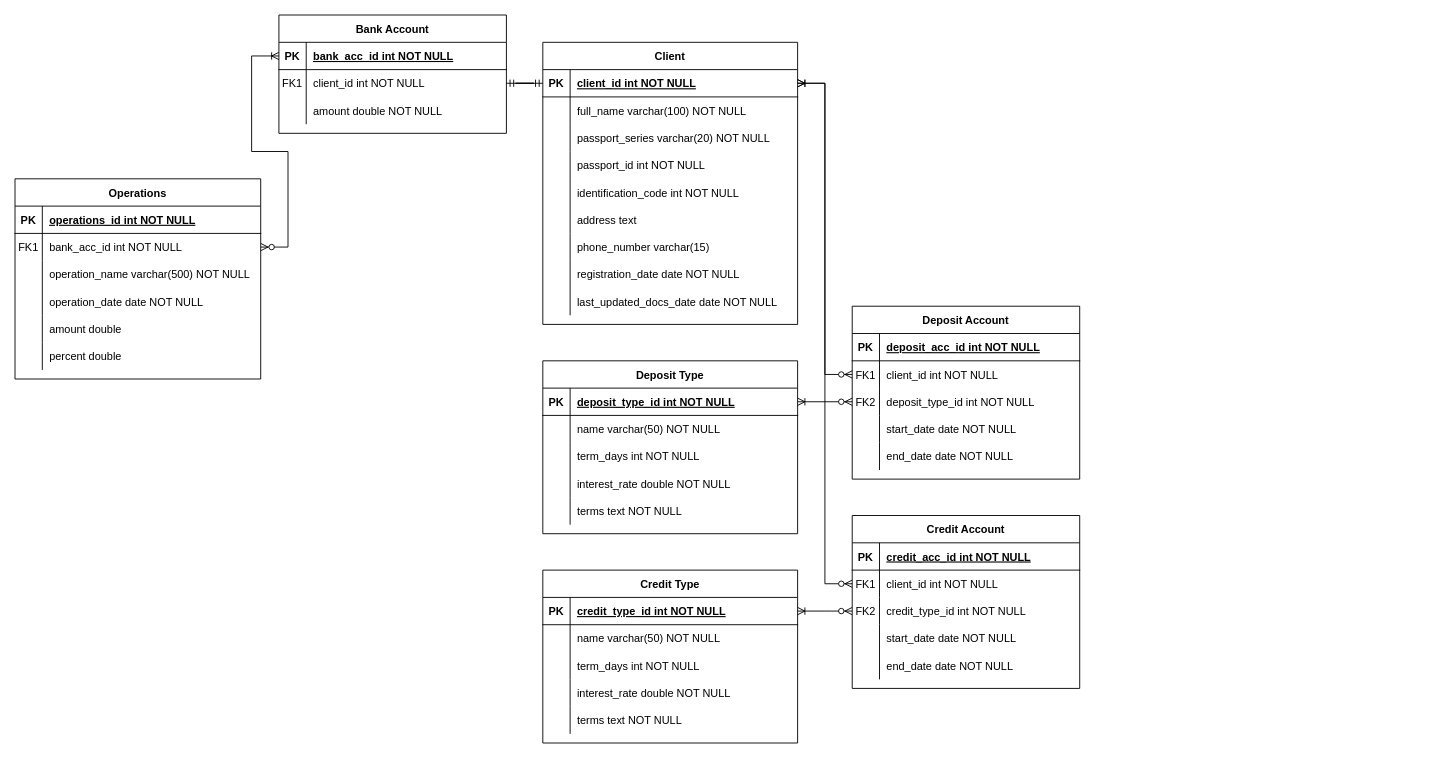
Earlier version of the draw.io diagram MyDB (6).drawio (kallDun/DrawIO). Source tidied: cells renumbered, new cells numbered last; positions are measured from the earlier drawing's top-left corner, leaving out a move shared by most shapes. Both pictures are drawn from the tidied source at 91%, with x=0, y=0 at pixel (15, 15).
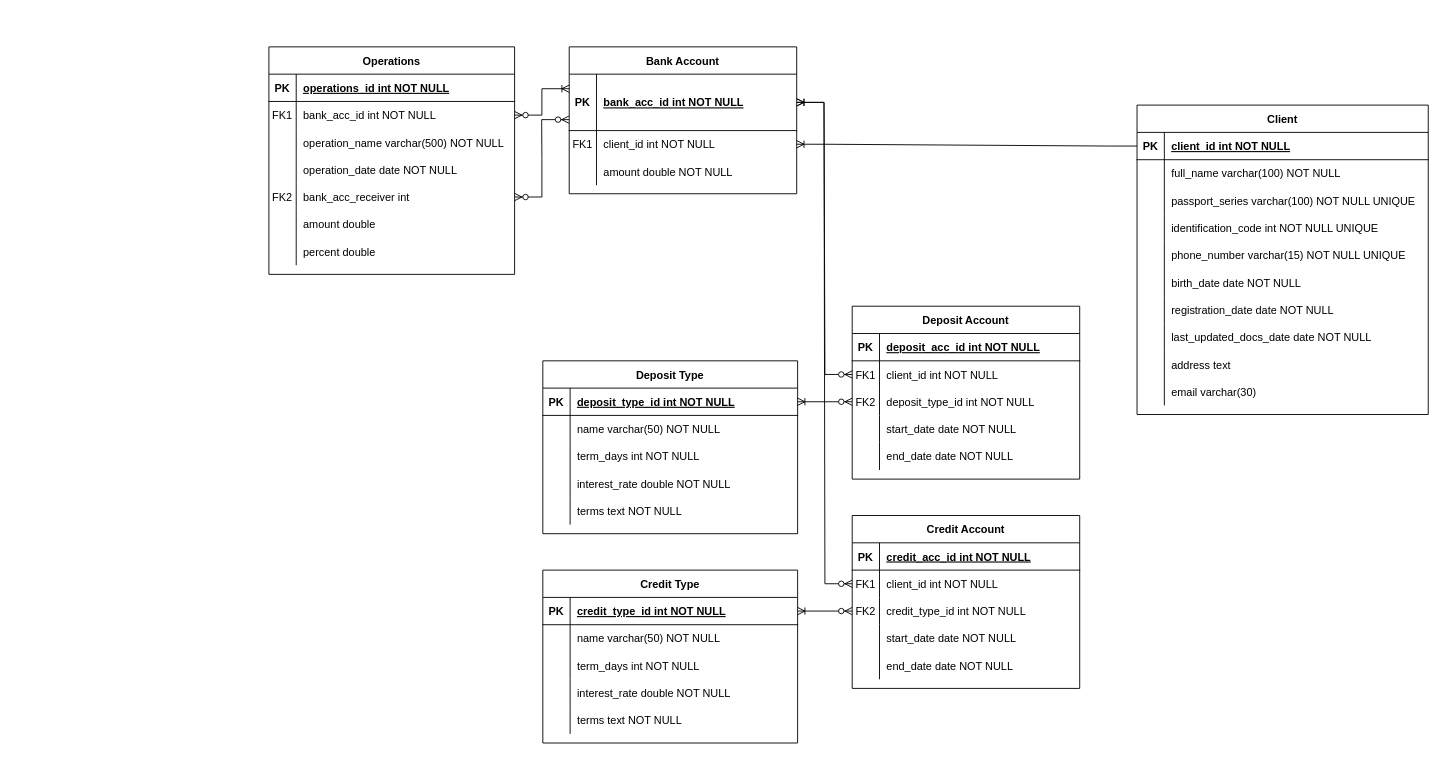
The same page after the edit.

The change refers to these unchanged cells:
```xml
<mxCell id="50" style="shape=partialRectangle;fillColor=none;points=[[0,0.5],[1,0.5]];portConstraint=eastwest;top=0;left=0;right=0;bottom=0;" parent="46" vertex="1">
  <mxGeometry y="60" width="250" height="30" as="geometry" />
</mxCell>
<mxCell id="79" style="shape=partialRectangle;fillColor=none;points=[[0,0.5],[1,0.5]];portConstraint=eastwest;top=0;left=0;right=0;bottom=0;" parent="75" vertex="1">
  <mxGeometry y="60" width="270" height="30" as="geometry" />
</mxCell>
<mxCell id="114" style="shape=partialRectangle;fillColor=none;points=[[0,0.5],[1,0.5]];portConstraint=eastwest;top=0;left=0;right=0;bottom=0;" parent="110" vertex="1">
  <mxGeometry y="60" width="250" height="30" as="geometry" />
</mxCell>
```

The edit, as a diff of the source:
```diff
@@
     <mxCell id="2" value="Client" style="shape=table;startSize=30;childLayout=tableLayout;rowLines=0;fontStyle=1;align=center;" parent="1" vertex="1">
-      <mxGeometry x="580" y="30" width="280" height="310" as="geometry" />
+      <mxGeometry x="1233" y="99" width="320" height="340" as="geometry" />
     </mxCell>
     <mxCell id="3" style="shape=partialRectangle;fillColor=none;points=[[0,0.5],[1,0.5]];portConstraint=eastwest;top=0;left=0;right=0;bottom=1;" parent="2" vertex="1">
-      <mxGeometry y="30" width="280" height="30" as="geometry" />
+      <mxGeometry y="30" width="320" height="30" as="geometry" />
     </mxCell>
@@
     <mxCell id="5" value="client_id int NOT NULL " style="shape=partialRectangle;overflow=hidden;fillColor=none;top=0;left=0;bottom=0;right=0;align=left;spacingLeft=6;fontStyle=5;" parent="3" vertex="1">
-      <mxGeometry x="30" width="250" height="30" as="geometry" />
+      <mxGeometry x="30" width="290" height="30" as="geometry" />
     </mxCell>
     <mxCell id="6" style="shape=partialRectangle;fillColor=none;top=0;left=0;right=0;bottom=0;" parent="2" vertex="1">
-      <mxGeometry y="60" width="280" height="30" as="geometry" />
+      <mxGeometry y="60" width="320" height="30" as="geometry" />
     </mxCell>
@@
     <mxCell id="8" value="full_name varchar(100) NOT NULL" style="shape=partialRectangle;overflow=hidden;fillColor=none;top=0;left=0;bottom=0;right=0;align=left;spacingLeft=6;" parent="6" vertex="1">
-      <mxGeometry x="30" width="250" height="30" as="geometry" />
+      <mxGeometry x="30" width="290" height="30" as="geometry" />
     </mxCell>
     <mxCell id="9" style="shape=partialRectangle;fillColor=none;top=0;left=0;right=0;bottom=0;" parent="2" vertex="1">
-      <mxGeometry y="90" width="280" height="30" as="geometry" />
+      <mxGeometry y="90" width="320" height="30" as="geometry" />
     </mxCell>
@@
-    <mxCell id="11" value="passport_series varchar(20) NOT NULL" style="shape=partialRectangle;overflow=hidden;fillColor=none;top=0;left=0;bottom=0;right=0;align=left;spacingLeft=6;" parent="9" vertex="1">
-      <mxGeometry x="30" width="250" height="30" as="geometry" />
+    <mxCell id="11" value="passport_series varchar(100) NOT NULL UNIQUE" style="shape=partialRectangle;overflow=hidden;fillColor=none;top=0;left=0;bottom=0;right=0;align=left;spacingLeft=6;" parent="9" vertex="1">
+      <mxGeometry x="30" width="290" height="30" as="geometry" />
     </mxCell>
-    <mxCell id="12" style="shape=partialRectangle;fillColor=none;top=0;left=0;right=0;bottom=0;" parent="2" vertex="1">
-      <mxGeometry y="120" width="280" height="30" as="geometry" />
-    </mxCell>
-    <mxCell id="13" style="shape=partialRectangle;overflow=hidden;fillColor=none;top=0;left=0;bottom=0;right=0;" parent="12" vertex="1">
-      <mxGeometry width="30" height="30" as="geometry" />
-    </mxCell>
-    <mxCell id="14" value="passport_id int NOT NULL" style="shape=partialRectangle;overflow=hidden;fillColor=none;top=0;left=0;bottom=0;right=0;align=left;spacingLeft=6;" parent="12" vertex="1">
-      <mxGeometry x="30" width="250" height="30" as="geometry" />
-    </mxCell>
     <mxCell id="15" style="shape=partialRectangle;fillColor=none;top=0;left=0;right=0;bottom=0;" parent="2" vertex="1">
-      <mxGeometry y="150" width="280" height="30" as="geometry" />
+      <mxGeometry y="120" width="320" height="30" as="geometry" />
     </mxCell>
@@
-    <mxCell id="17" value="identification_code int NOT NULL" style="shape=partialRectangle;overflow=hidden;fillColor=none;top=0;left=0;bottom=0;right=0;align=left;spacingLeft=6;" parent="15" vertex="1">
-      <mxGeometry x="30" width="250" height="30" as="geometry" />
+    <mxCell id="17" value="identification_code int NOT NULL UNIQUE" style="shape=partialRectangle;overflow=hidden;fillColor=none;top=0;left=0;bottom=0;right=0;align=left;spacingLeft=6;" parent="15" vertex="1">
+      <mxGeometry x="30" width="290" height="30" as="geometry" />
     </mxCell>
-    <mxCell id="18" style="shape=partialRectangle;fillColor=none;top=0;left=0;right=0;bottom=0;" parent="2" vertex="1">
-      <mxGeometry y="180" width="280" height="30" as="geometry" />
-    </mxCell>
-    <mxCell id="19" style="shape=partialRectangle;overflow=hidden;fillColor=none;top=0;left=0;bottom=0;right=0;" parent="18" vertex="1">
-      <mxGeometry width="30" height="30" as="geometry" />
-    </mxCell>
-    <mxCell id="20" value="address text" style="shape=partialRectangle;overflow=hidden;fillColor=none;top=0;left=0;bottom=0;right=0;align=left;spacingLeft=6;" parent="18" vertex="1">
-      <mxGeometry x="30" width="250" height="30" as="geometry" />
-    </mxCell>
     <mxCell id="21" style="shape=partialRectangle;fillColor=none;top=0;left=0;right=0;bottom=0;" parent="2" vertex="1">
-      <mxGeometry y="210" width="280" height="30" as="geometry" />
+      <mxGeometry y="150" width="320" height="30" as="geometry" />
     </mxCell>
@@
-    <mxCell id="23" value="phone_number varchar(15)" style="shape=partialRectangle;overflow=hidden;fillColor=none;top=0;left=0;bottom=0;right=0;align=left;spacingLeft=6;" parent="21" vertex="1">
-      <mxGeometry x="30" width="250" height="30" as="geometry" />
+    <mxCell id="23" value="phone_number varchar(15) NOT NULL UNIQUE" style="shape=partialRectangle;overflow=hidden;fillColor=none;top=0;left=0;bottom=0;right=0;align=left;spacingLeft=6;" parent="21" vertex="1">
+      <mxGeometry x="30" width="290" height="30" as="geometry" />
     </mxCell>
+    <mxCell id="129" style="shape=partialRectangle;fillColor=none;top=0;left=0;right=0;bottom=0;" parent="2" vertex="1">
+      <mxGeometry y="180" width="320" height="30" as="geometry" />
+    </mxCell>
+    <mxCell id="130" style="shape=partialRectangle;overflow=hidden;fillColor=none;top=0;left=0;bottom=0;right=0;" parent="129" vertex="1">
+      <mxGeometry width="30" height="30" as="geometry" />
+    </mxCell>
+    <mxCell id="131" value="birth_date date NOT NULL" style="shape=partialRectangle;overflow=hidden;fillColor=none;top=0;left=0;bottom=0;right=0;align=left;spacingLeft=6;" parent="129" vertex="1">
+      <mxGeometry x="30" width="290" height="30" as="geometry" />
+    </mxCell>
     <mxCell id="24" style="shape=partialRectangle;fillColor=none;top=0;left=0;right=0;bottom=0;" parent="2" vertex="1">
-      <mxGeometry y="240" width="280" height="30" as="geometry" />
+      <mxGeometry y="210" width="320" height="30" as="geometry" />
     </mxCell>
@@
     <mxCell id="26" value="registration_date date NOT NULL" style="shape=partialRectangle;overflow=hidden;fillColor=none;top=0;left=0;bottom=0;right=0;align=left;spacingLeft=6;" parent="24" vertex="1">
-      <mxGeometry x="30" width="250" height="30" as="geometry" />
+      <mxGeometry x="30" width="290" height="30" as="geometry" />
     </mxCell>
     <mxCell id="27" style="shape=partialRectangle;fillColor=none;top=0;left=0;right=0;bottom=0;" parent="2" vertex="1">
-      <mxGeometry y="270" width="280" height="30" as="geometry" />
+      <mxGeometry y="240" width="320" height="30" as="geometry" />
     </mxCell>
@@
     <mxCell id="29" value="last_updated_docs_date date NOT NULL" style="shape=partialRectangle;overflow=hidden;fillColor=none;top=0;left=0;bottom=0;right=0;align=left;spacingLeft=6;" parent="27" vertex="1">
-      <mxGeometry x="30" width="250" height="30" as="geometry" />
+      <mxGeometry x="30" width="290" height="30" as="geometry" />
     </mxCell>
+    <mxCell id="18" style="shape=partialRectangle;fillColor=none;top=0;left=0;right=0;bottom=0;" parent="2" vertex="1">
+      <mxGeometry y="270" width="320" height="30" as="geometry" />
+    </mxCell>
+    <mxCell id="19" style="shape=partialRectangle;overflow=hidden;fillColor=none;top=0;left=0;bottom=0;right=0;" parent="18" vertex="1">
+      <mxGeometry width="30" height="30" as="geometry" />
+    </mxCell>
+    <mxCell id="20" value="address text" style="shape=partialRectangle;overflow=hidden;fillColor=none;top=0;left=0;bottom=0;right=0;align=left;spacingLeft=6;" parent="18" vertex="1">
+      <mxGeometry x="30" width="290" height="30" as="geometry" />
+    </mxCell>
+    <mxCell id="132" style="shape=partialRectangle;fillColor=none;top=0;left=0;right=0;bottom=0;" parent="2" vertex="1">
+      <mxGeometry y="300" width="320" height="30" as="geometry" />
+    </mxCell>
+    <mxCell id="133" style="shape=partialRectangle;overflow=hidden;fillColor=none;top=0;left=0;bottom=0;right=0;" parent="132" vertex="1">
+      <mxGeometry width="30" height="30" as="geometry" />
+    </mxCell>
+    <mxCell id="134" value="email varchar(30)" style="shape=partialRectangle;overflow=hidden;fillColor=none;top=0;left=0;bottom=0;right=0;align=left;spacingLeft=6;" parent="132" vertex="1">
+      <mxGeometry x="30" width="290" height="30" as="geometry" />
+    </mxCell>
@@
-    <mxCell id="63" style="edgeStyle=entityRelationEdgeStyle;fontSize=12;html=1;endArrow=ERoneToMany;startArrow=ERzeroToMany;rounded=0;entryX=1;entryY=0.5;entryDx=0;entryDy=0;exitX=0;exitY=0.5;exitDx=0;exitDy=0;" parent="1" edge="1" source="50" target="3">
+    <mxCell id="63" style="edgeStyle=entityRelationEdgeStyle;fontSize=12;html=1;endArrow=ERoneToMany;startArrow=ERzeroToMany;rounded=0;entryX=1;entryY=0.5;entryDx=0;entryDy=0;exitX=0;exitY=0.5;exitDx=0;exitDy=0;" parent="1" edge="1" source="50" target="65">
       <mxGeometry relative="1" as="geometry" />
     </mxCell>
     <mxCell id="64" value="Bank Account" style="shape=table;startSize=30;childLayout=tableLayout;rowLines=0;fontStyle=1;align=center;" parent="1" vertex="1">
-      <mxGeometry x="290" width="250" height="130" as="geometry" />
+      <mxGeometry x="609" y="35" width="250" height="161.4" as="geometry" />
     </mxCell>
     <mxCell id="65" style="shape=partialRectangle;fillColor=none;points=[[0,0.5],[1,0.5]];portConstraint=eastwest;top=0;left=0;right=0;bottom=1;" parent="64" vertex="1">
-      <mxGeometry y="30" width="250" height="30" as="geometry" />
+      <mxGeometry y="30" width="250" height="62" as="geometry" />
     </mxCell>
     <mxCell id="66" value="PK" style="shape=partialRectangle;overflow=hidden;fillColor=none;top=0;left=0;bottom=0;right=0;fontStyle=1;" parent="65" vertex="1">
-      <mxGeometry width="30" height="30" as="geometry" />
+      <mxGeometry width="30" height="62" as="geometry" />
     </mxCell>
     <mxCell id="67" value="bank_acc_id int NOT NULL " style="shape=partialRectangle;overflow=hidden;fillColor=none;top=0;left=0;bottom=0;right=0;align=left;spacingLeft=6;fontStyle=5;" parent="65" vertex="1">
-      <mxGeometry x="30" width="220" height="30" as="geometry" />
+      <mxGeometry x="30" width="220" height="62" as="geometry" />
     </mxCell>
     <mxCell id="68" style="shape=partialRectangle;fillColor=none;points=[[0,0.5],[1,0.5]];portConstraint=eastwest;top=0;left=0;right=0;bottom=0;" parent="64" vertex="1">
-      <mxGeometry y="60" width="250" height="30" as="geometry" />
+      <mxGeometry y="92" width="250" height="30" as="geometry" />
     </mxCell>
@@
     <mxCell id="71" style="shape=partialRectangle;fillColor=none;top=0;left=0;right=0;bottom=0;" parent="64" vertex="1">
-      <mxGeometry y="90" width="250" height="30" as="geometry" />
+      <mxGeometry y="122" width="250" height="30" as="geometry" />
     </mxCell>
@@
-    <mxCell id="74" style="edgeStyle=entityRelationEdgeStyle;fontSize=12;html=1;endArrow=ERmandOne;startArrow=ERmandOne;rounded=0;exitX=0;exitY=0.5;exitDx=0;exitDy=0;" parent="1" edge="1" source="3" target="68">
-      <mxGeometry relative="1" as="geometry" />
-    </mxCell>
     <mxCell id="75" value="Operations" style="shape=table;startSize=30;childLayout=tableLayout;rowLines=0;fontStyle=1;align=center;" parent="1" vertex="1">
-      <mxGeometry y="180" width="270" height="220" as="geometry" />
+      <mxGeometry x="279" y="35" width="270" height="250" as="geometry" />
     </mxCell>
@@
+    <mxCell id="135" style="shape=partialRectangle;fillColor=none;points=[[0,0.5],[1,0.5]];portConstraint=eastwest;top=0;left=0;right=0;bottom=0;" parent="75" vertex="1">
+      <mxGeometry y="150" width="270" height="30" as="geometry" />
+    </mxCell>
+    <mxCell id="136" value="FK2" style="shape=partialRectangle;overflow=hidden;fillColor=none;top=0;left=0;bottom=0;right=0;" parent="135" vertex="1">
+      <mxGeometry width="30" height="30" as="geometry" />
+    </mxCell>
+    <mxCell id="137" value="bank_acc_receiver int" style="shape=partialRectangle;overflow=hidden;fillColor=none;top=0;left=0;bottom=0;right=0;align=left;spacingLeft=6;" parent="135" vertex="1">
+      <mxGeometry x="30" width="240" height="30" as="geometry" />
+    </mxCell>
     <mxCell id="88" style="shape=partialRectangle;fillColor=none;top=0;left=0;right=0;bottom=0;" parent="75" vertex="1">
-      <mxGeometry y="150" width="270" height="30" as="geometry" />
+      <mxGeometry y="180" width="270" height="30" as="geometry" />
     </mxCell>
@@
     <mxCell id="91" style="shape=partialRectangle;fillColor=none;top=0;left=0;right=0;bottom=0;" parent="75" vertex="1">
-      <mxGeometry y="180" width="270" height="30" as="geometry" />
+      <mxGeometry y="210" width="270" height="30" as="geometry" />
     </mxCell>
@@
-    <mxCell id="127" style="edgeStyle=entityRelationEdgeStyle;fontSize=12;html=1;endArrow=ERoneToMany;startArrow=ERzeroToMany;rounded=0;exitX=0;exitY=0.5;exitDx=0;exitDy=0;" parent="1" edge="1" source="114" target="3">
+    <mxCell id="127" style="edgeStyle=entityRelationEdgeStyle;fontSize=12;html=1;endArrow=ERoneToMany;startArrow=ERzeroToMany;rounded=0;exitX=0;exitY=0.5;exitDx=0;exitDy=0;entryX=1;entryY=0.5;entryDx=0;entryDy=0;" parent="1" edge="1" source="114" target="65">
       <mxGeometry relative="1" as="geometry" />
     </mxCell>
-    <mxCell id="128" style="edgeStyle=entityRelationEdgeStyle;fontSize=12;html=1;endArrow=ERoneToMany;startArrow=ERzeroToMany;rounded=0;exitX=1;exitY=0.5;exitDx=0;exitDy=0;entryX=0;entryY=0.5;entryDx=0;entryDy=0;" parent="1" edge="1" source="79" target="65">
-      <mxGeometry relative="1" as="geometry" />
+    <mxCell id="128" style="edgeStyle=entityRelationEdgeStyle;fontSize=12;html=1;endArrow=ERoneToMany;startArrow=ERzeroToMany;rounded=0;exitX=1;exitY=0.5;exitDx=0;exitDy=0;" parent="1" edge="1" source="79">
+      <mxGeometry relative="1" as="geometry">
+        <mxPoint x="609" y="81" as="targetPoint" />
+      </mxGeometry>
     </mxCell>
+    <mxCell id="138" style="edgeStyle=entityRelationEdgeStyle;fontSize=12;html=1;endArrow=ERzeroToMany;endFill=1;startArrow=ERzeroToMany;rounded=0;exitX=1;exitY=0.5;exitDx=0;exitDy=0;entryX=-0.001;entryY=0.806;entryDx=0;entryDy=0;entryPerimeter=0;" parent="1" edge="1" source="135" target="65">
+      <mxGeometry relative="1" as="geometry" />
+    </mxCell>
+    <mxCell id="74" style="edgeStyle=entityRelationEdgeStyle;fontSize=12;html=1;endArrow=ERoneToMany;rounded=0;exitX=0;exitY=0.5;exitDx=0;exitDy=0;entryX=1;entryY=0.5;entryDx=0;entryDy=0;" parent="1" edge="1" source="3" target="68">
+      <mxGeometry relative="1" as="geometry" />
+    </mxCell>
```
